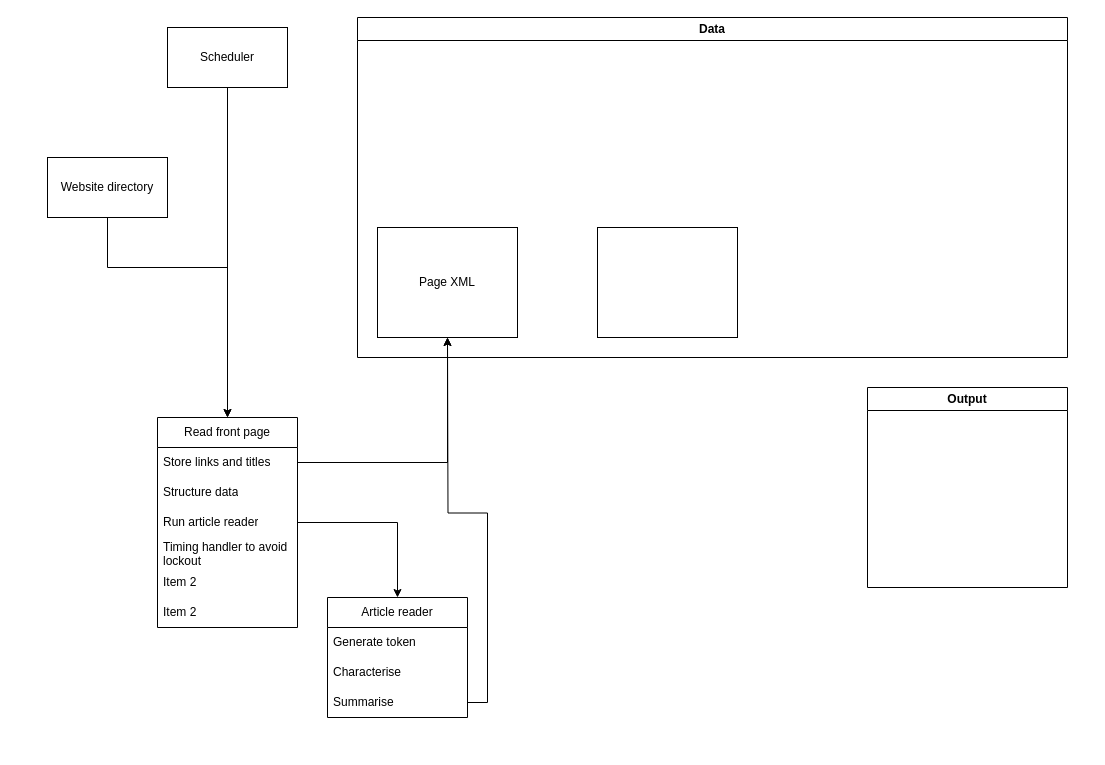
Before: Consultancy_scraper.drawio in pdbudd/Consultancy, a draw.io diagram. Source tidied: cells renumbered, new cells numbered last; positions are measured from the earlier drawing's top-left corner, leaving out a move shared by most shapes. Both pictures are drawn from the tidied source at 100%, with x=0, y=0 at pixel (47, 17).
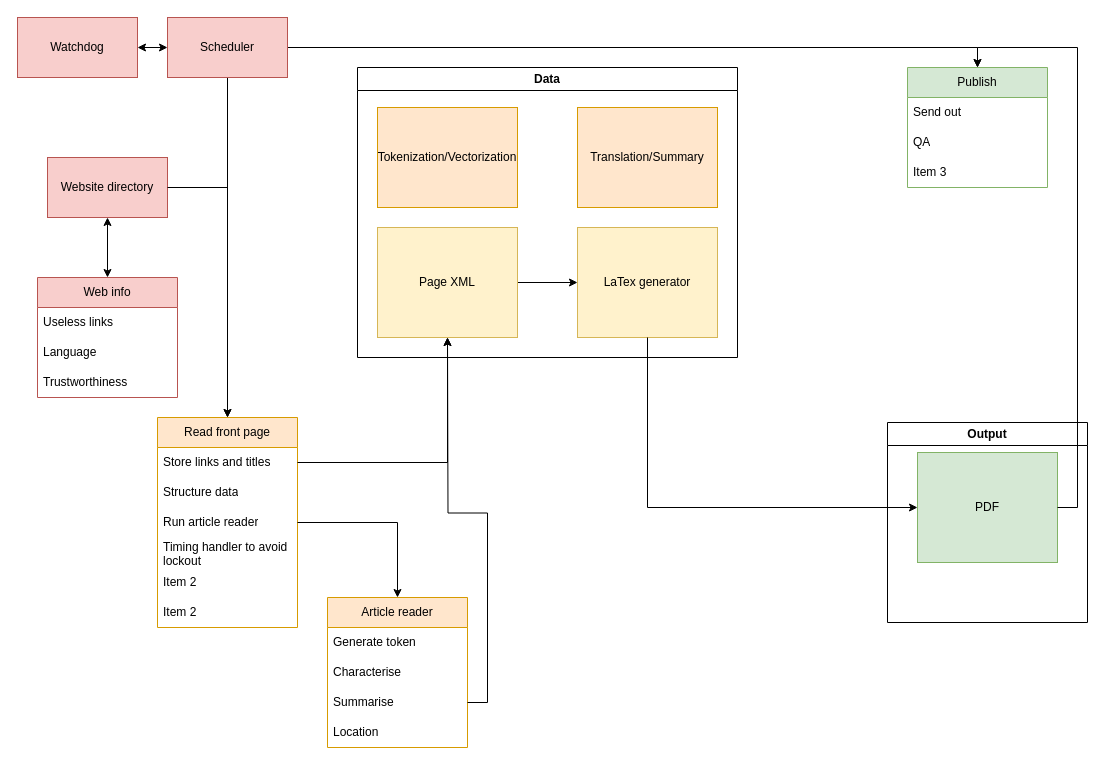
Above is the later version.

Commit message:
Updated flow chart

What changed in the source:
```diff
@@
-    <mxCell id="2" value="Read front page" style="swimlane;fontStyle=0;horizontal=1;startSize=30;whiteSpace=wrap;html=1;" parent="1" vertex="1">
+    <mxCell id="2" value="Read front page" style="swimlane;fontStyle=0;horizontal=1;startSize=30;whiteSpace=wrap;html=1;fillColor=#ffe6cc;strokeColor=#d79b00;" parent="1" vertex="1">
       <mxGeometry x="110" y="400" width="140" height="210" as="geometry" />
     </mxCell>
@@
-    <mxCell id="9" value="Article reader" style="swimlane;fontStyle=0;horizontal=1;startSize=30;whiteSpace=wrap;html=1;" parent="1" vertex="1">
-      <mxGeometry x="280" y="580" width="140" height="120" as="geometry" />
+    <mxCell id="9" value="Article reader" style="swimlane;fontStyle=0;horizontal=1;startSize=30;whiteSpace=wrap;html=1;fillColor=#ffe6cc;strokeColor=#d79b00;" parent="1" vertex="1">
+      <mxGeometry x="280" y="580" width="140" height="150" as="geometry" />
     </mxCell>
@@
+    <mxCell id="24" value="Location" style="text;strokeColor=none;fillColor=none;align=left;verticalAlign=middle;spacingLeft=4;spacingRight=4;overflow=hidden;whiteSpace=wrap;html=1;" parent="9" vertex="1">
+      <mxGeometry y="120" width="140" height="30" as="geometry" />
+    </mxCell>
@@
     <mxCell id="15" value="Data" style="swimlane;whiteSpace=wrap;html=1;" parent="1" vertex="1">
-      <mxGeometry x="310" width="710" height="340" as="geometry" />
+      <mxGeometry x="310" y="50" width="380" height="290" as="geometry" />
     </mxCell>
+    <mxCell id="25" style="edgeStyle=orthogonalEdgeStyle;rounded=0;jettySize=auto;html=1;exitX=1;exitY=0.5;exitDx=0;exitDy=0;entryX=0;entryY=0.5;entryDx=0;entryDy=0;" parent="15" edge="1" source="16" target="26">
+      <mxGeometry relative="1" as="geometry" />
+    </mxCell>
-    <mxCell id="16" value="Page XML" style="rounded=0;whiteSpace=wrap;html=1;" parent="15" vertex="1">
-      <mxGeometry x="20" y="210" width="140" height="110" as="geometry" />
+    <mxCell id="16" value="Page XML" style="rounded=0;whiteSpace=wrap;html=1;fillColor=#fff2cc;strokeColor=#d6b656;" parent="15" vertex="1">
+      <mxGeometry x="20" y="160" width="140" height="110" as="geometry" />
     </mxCell>
+    <mxCell id="26" value="LaTex generator" style="rounded=0;whiteSpace=wrap;html=1;fillColor=#fff2cc;strokeColor=#d6b656;" parent="15" vertex="1">
+      <mxGeometry x="220" y="160" width="140" height="110" as="geometry" />
+    </mxCell>
+    <mxCell id="27" value="Tokenization/Vectorization" style="rounded=0;whiteSpace=wrap;html=1;fillColor=#ffe6cc;strokeColor=#d79b00;" parent="15" vertex="1">
+      <mxGeometry x="20" y="40" width="140" height="100" as="geometry" />
+    </mxCell>
+    <mxCell id="28" value="Translation/Summary" style="rounded=0;whiteSpace=wrap;html=1;fillColor=#ffe6cc;strokeColor=#d79b00;" parent="15" vertex="1">
+      <mxGeometry x="220" y="40" width="140" height="100" as="geometry" />
+    </mxCell>
+    <mxCell id="18" value="Output" style="swimlane;whiteSpace=wrap;html=1;" parent="1" vertex="1">
+      <mxGeometry x="840" y="405" width="200" height="200" as="geometry" />
+    </mxCell>
-    <mxCell id="17" style="rounded=0;whiteSpace=wrap;html=1;" parent="15" vertex="1">
-      <mxGeometry x="240" y="210" width="140" height="110" as="geometry" />
+    <mxCell id="17" value="PDF" style="rounded=0;whiteSpace=wrap;html=1;fillColor=#d5e8d4;strokeColor=#82b366;" parent="18" vertex="1">
+      <mxGeometry x="30" y="30" width="140" height="110" as="geometry" />
     </mxCell>
-    <mxCell id="18" value="Output" style="swimlane;whiteSpace=wrap;html=1;" parent="1" vertex="1">
-      <mxGeometry x="820" y="370" width="200" height="200" as="geometry" />
-    </mxCell>
+    <mxCell id="29" style="edgeStyle=orthogonalEdgeStyle;rounded=0;jettySize=auto;html=1;exitX=0.5;exitY=1;exitDx=0;exitDy=0;entryX=0.5;entryY=0;entryDx=0;entryDy=0;startArrow=classic;startFill=1;" parent="1" edge="1" source="19" target="32">
+      <mxGeometry relative="1" as="geometry" />
+    </mxCell>
-    <mxCell id="19" value="Website directory" style="rounded=0;whiteSpace=wrap;html=1;" parent="1" vertex="1">
+    <mxCell id="19" value="Website directory" style="rounded=0;whiteSpace=wrap;html=1;fillColor=#f8cecc;strokeColor=#b85450;" parent="1" vertex="1">
       <mxGeometry y="140" width="120" height="60" as="geometry" />
     </mxCell>
@@
+    <mxCell id="30" style="edgeStyle=orthogonalEdgeStyle;rounded=0;jettySize=auto;html=1;exitX=0;exitY=0.5;exitDx=0;exitDy=0;entryX=1;entryY=0.5;entryDx=0;entryDy=0;startArrow=classic;startFill=1;" parent="1" edge="1" source="21" target="36">
+      <mxGeometry relative="1" as="geometry" />
+    </mxCell>
+    <mxCell id="31" style="edgeStyle=orthogonalEdgeStyle;rounded=0;jettySize=auto;html=1;exitX=1;exitY=0.5;exitDx=0;exitDy=0;entryX=0.5;entryY=0;entryDx=0;entryDy=0;" parent="1" edge="1" source="21" target="37">
+      <mxGeometry relative="1" as="geometry" />
+    </mxCell>
-    <mxCell id="21" value="Scheduler" style="rounded=0;whiteSpace=wrap;html=1;" parent="1" vertex="1">
-      <mxGeometry x="120" y="10" width="120" height="60" as="geometry" />
+    <mxCell id="21" value="Scheduler" style="rounded=0;whiteSpace=wrap;html=1;fillColor=#f8cecc;strokeColor=#b85450;" parent="1" vertex="1">
+      <mxGeometry x="120" width="120" height="60" as="geometry" />
     </mxCell>
-    <mxCell id="22" style="endArrow=classic;html=1;rounded=0;exitX=0.5;exitY=1;exitDx=0;exitDy=0;entryX=0.5;entryY=0;entryDx=0;entryDy=0;" parent="1" edge="1" source="19" target="2">
+    <mxCell id="22" style="endArrow=classic;html=1;rounded=0;exitX=1;exitY=0.5;exitDx=0;exitDy=0;entryX=0.5;entryY=0;entryDx=0;entryDy=0;" parent="1" edge="1" source="19" target="2">
       <mxGeometry relative="1" as="geometry">
         <Array as="points">
-          <mxPoint x="60" y="250" />
+          <mxPoint x="180" y="170" />
           <mxPoint x="180" y="250" />
         </Array>
       </mxGeometry>
     </mxCell>
@@
+    <mxCell id="32" value="Web info" style="swimlane;fontStyle=0;horizontal=1;startSize=30;whiteSpace=wrap;html=1;fillColor=#f8cecc;strokeColor=#b85450;" parent="1" vertex="1">
+      <mxGeometry x="-10" y="260" width="140" height="120" as="geometry" />
+    </mxCell>
+    <mxCell id="33" value="Useless links" style="text;strokeColor=none;fillColor=none;align=left;verticalAlign=middle;spacingLeft=4;spacingRight=4;overflow=hidden;whiteSpace=wrap;html=1;" parent="32" vertex="1">
+      <mxGeometry y="30" width="140" height="30" as="geometry" />
+    </mxCell>
+    <mxCell id="34" value="Language" style="text;strokeColor=none;fillColor=none;align=left;verticalAlign=middle;spacingLeft=4;spacingRight=4;overflow=hidden;whiteSpace=wrap;html=1;" parent="32" vertex="1">
+      <mxGeometry y="60" width="140" height="30" as="geometry" />
+    </mxCell>
+    <mxCell id="35" value="Trustworthiness" style="text;strokeColor=none;fillColor=none;align=left;verticalAlign=middle;spacingLeft=4;spacingRight=4;overflow=hidden;whiteSpace=wrap;html=1;" parent="32" vertex="1">
+      <mxGeometry y="90" width="140" height="30" as="geometry" />
+    </mxCell>
+    <mxCell id="36" value="Watchdog" style="rounded=0;whiteSpace=wrap;html=1;fillColor=#f8cecc;strokeColor=#b85450;" parent="1" vertex="1">
+      <mxGeometry x="-30" width="120" height="60" as="geometry" />
+    </mxCell>
+    <mxCell id="37" value="Publish" style="swimlane;fontStyle=0;horizontal=1;startSize=30;whiteSpace=wrap;html=1;fillColor=#d5e8d4;strokeColor=#82b366;" parent="1" vertex="1">
+      <mxGeometry x="860" y="50" width="140" height="120" as="geometry" />
+    </mxCell>
+    <mxCell id="38" value="Send out" style="text;strokeColor=none;fillColor=none;align=left;verticalAlign=middle;spacingLeft=4;spacingRight=4;overflow=hidden;whiteSpace=wrap;html=1;" parent="37" vertex="1">
+      <mxGeometry y="30" width="140" height="30" as="geometry" />
+    </mxCell>
+    <mxCell id="39" value="QA" style="text;strokeColor=none;fillColor=none;align=left;verticalAlign=middle;spacingLeft=4;spacingRight=4;overflow=hidden;whiteSpace=wrap;html=1;" parent="37" vertex="1">
+      <mxGeometry y="60" width="140" height="30" as="geometry" />
+    </mxCell>
+    <mxCell id="40" value="Item 3" style="text;strokeColor=none;fillColor=none;align=left;verticalAlign=middle;spacingLeft=4;spacingRight=4;overflow=hidden;whiteSpace=wrap;html=1;" parent="37" vertex="1">
+      <mxGeometry y="90" width="140" height="30" as="geometry" />
+    </mxCell>
+    <mxCell id="41" style="edgeStyle=orthogonalEdgeStyle;rounded=0;jettySize=auto;html=1;exitX=1;exitY=0.5;exitDx=0;exitDy=0;entryX=0.5;entryY=0;entryDx=0;entryDy=0;" parent="1" edge="1" source="17" target="37">
+      <mxGeometry relative="1" as="geometry" />
+    </mxCell>
+    <mxCell id="42" style="edgeStyle=orthogonalEdgeStyle;rounded=0;jettySize=auto;html=1;exitX=0.5;exitY=1;exitDx=0;exitDy=0;entryX=0;entryY=0.5;entryDx=0;entryDy=0;" parent="1" edge="1" source="26" target="17">
+      <mxGeometry relative="1" as="geometry" />
+    </mxCell>
```
